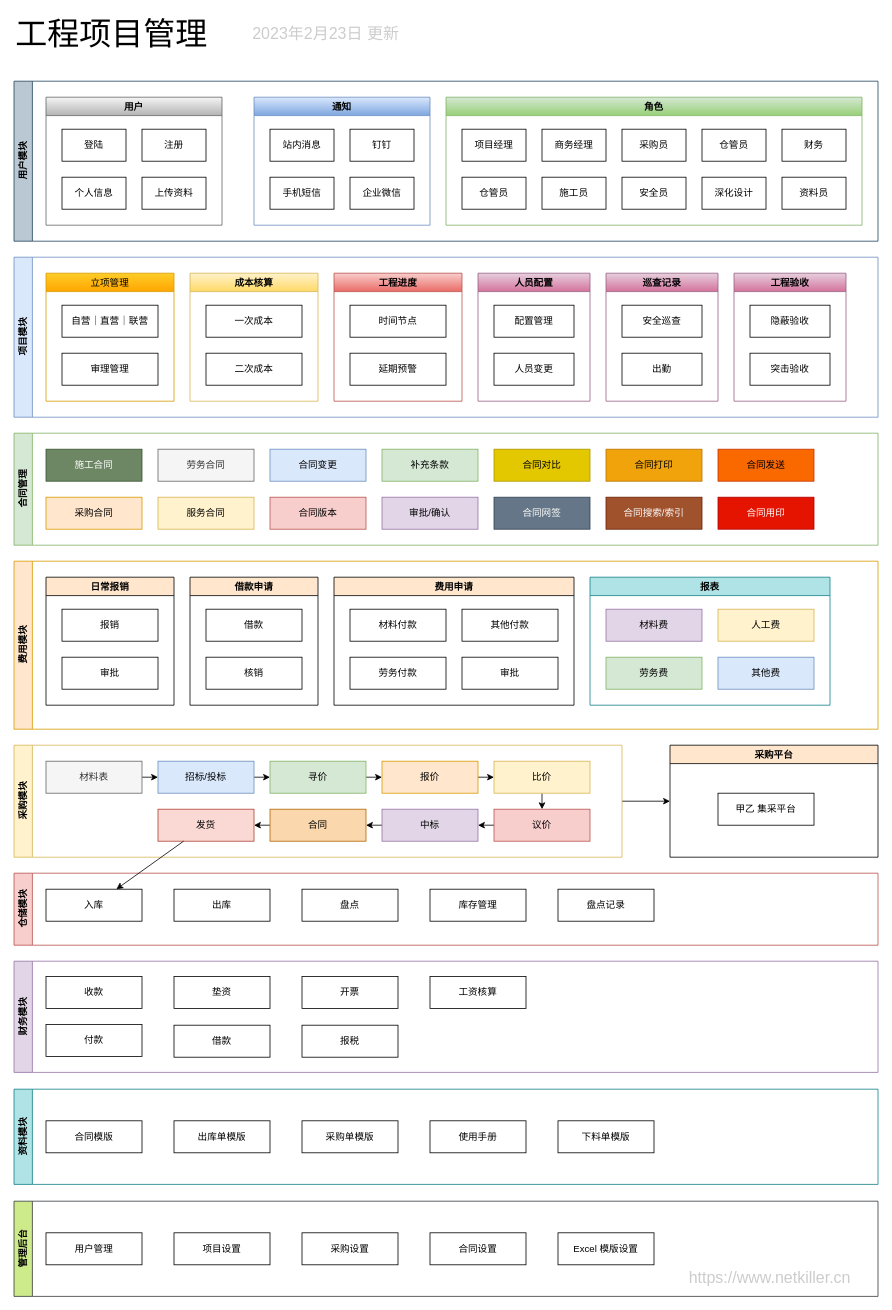
This is page "第 2 页" (1 of 3) of doc/engineering.drawio from netkiller/engineering, a draw.io file, before an edit. Source tidied: cells renumbered, new cells numbered last; positions are measured from the earlier drawing's top-left corner, leaving out a move shared by most shapes. Both pictures are drawn from the tidied source at 80%, with x=0, y=0 at pixel (14, 17).
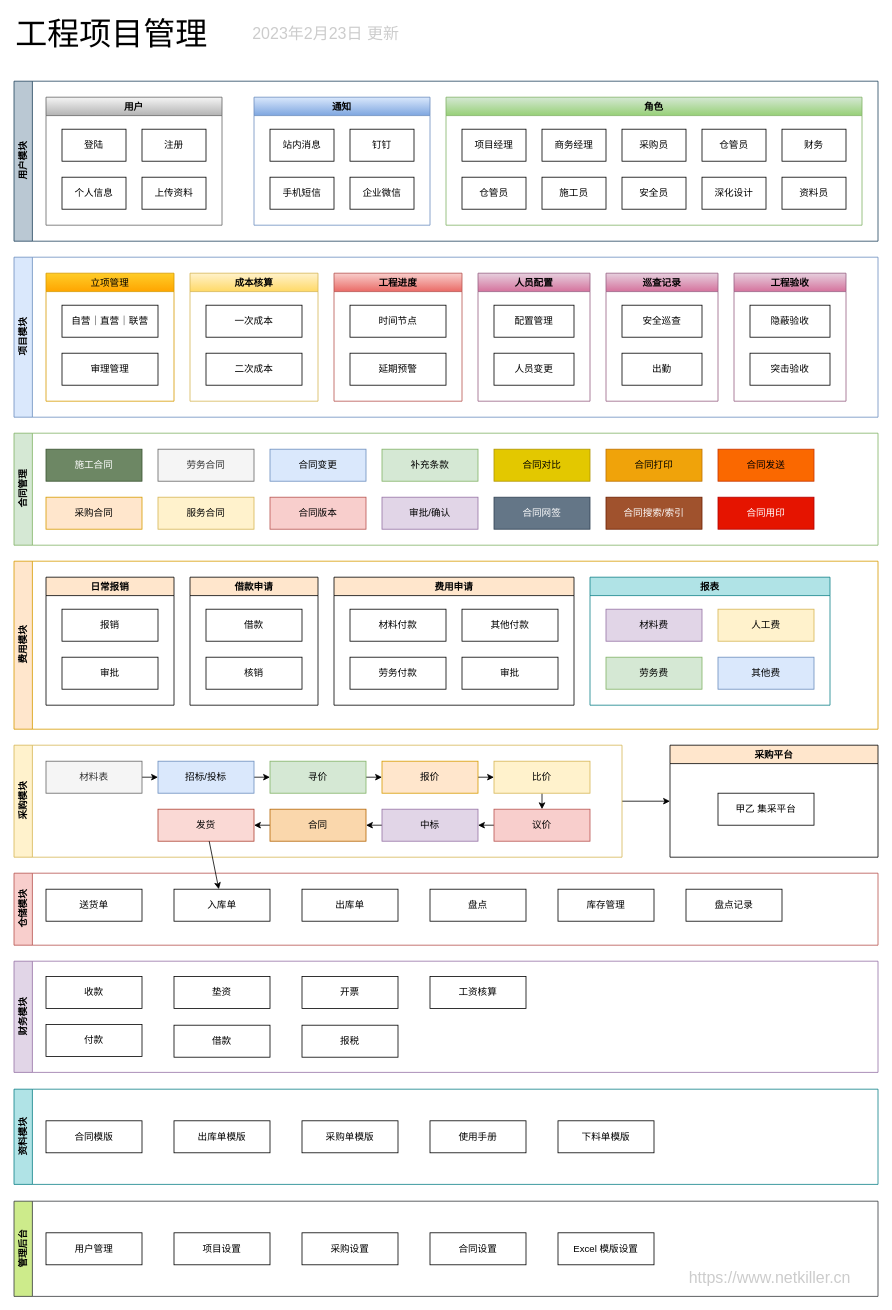
After the change.

Unchanged cells that the change refers to:
```xml
<mxCell id="109" value="仓储模块" style="swimlane;horizontal=0;whiteSpace=wrap;html=1;fillColor=#f8cecc;strokeColor=#b85450;" parent="1" vertex="1">
  <mxGeometry y="1070" width="1080" height="90" as="geometry" />
</mxCell>
```

Change to the diagram source:
```diff
@@
-    <mxCell id="110" value="入库" style="rounded=0;whiteSpace=wrap;html=1;" parent="109" vertex="1">
-      <mxGeometry x="40" y="20" width="120" height="40" as="geometry" />
+    <mxCell id="110" value="入库单" style="rounded=0;whiteSpace=wrap;html=1;" parent="109" vertex="1">
+      <mxGeometry x="200" y="20" width="120" height="40" as="geometry" />
     </mxCell>
-    <mxCell id="111" value="出库" style="rounded=0;whiteSpace=wrap;html=1;" parent="109" vertex="1">
-      <mxGeometry x="200" y="20" width="120" height="40" as="geometry" />
+    <mxCell id="111" value="出库单" style="rounded=0;whiteSpace=wrap;html=1;" parent="109" vertex="1">
+      <mxGeometry x="360" y="20" width="120" height="40" as="geometry" />
     </mxCell>
     <mxCell id="112" value="盘点" style="rounded=0;whiteSpace=wrap;html=1;" parent="109" vertex="1">
-      <mxGeometry x="360" y="20" width="120" height="40" as="geometry" />
+      <mxGeometry x="520" y="20" width="120" height="40" as="geometry" />
     </mxCell>
     <mxCell id="113" value="库存管理" style="rounded=0;whiteSpace=wrap;html=1;" parent="109" vertex="1">
-      <mxGeometry x="520" y="20" width="120" height="40" as="geometry" />
+      <mxGeometry x="680" y="20" width="120" height="40" as="geometry" />
     </mxCell>
     <mxCell id="114" value="盘点记录" style="rounded=0;whiteSpace=wrap;html=1;" parent="109" vertex="1">
-      <mxGeometry x="680" y="20" width="120" height="40" as="geometry" />
+      <mxGeometry x="840" y="20" width="120" height="40" as="geometry" />
     </mxCell>
+    <mxCell id="126" value="送货单" style="rounded=0;whiteSpace=wrap;html=1;" parent="109" vertex="1">
+      <mxGeometry x="40" y="20" width="120" height="40" as="geometry" />
+    </mxCell>
```
